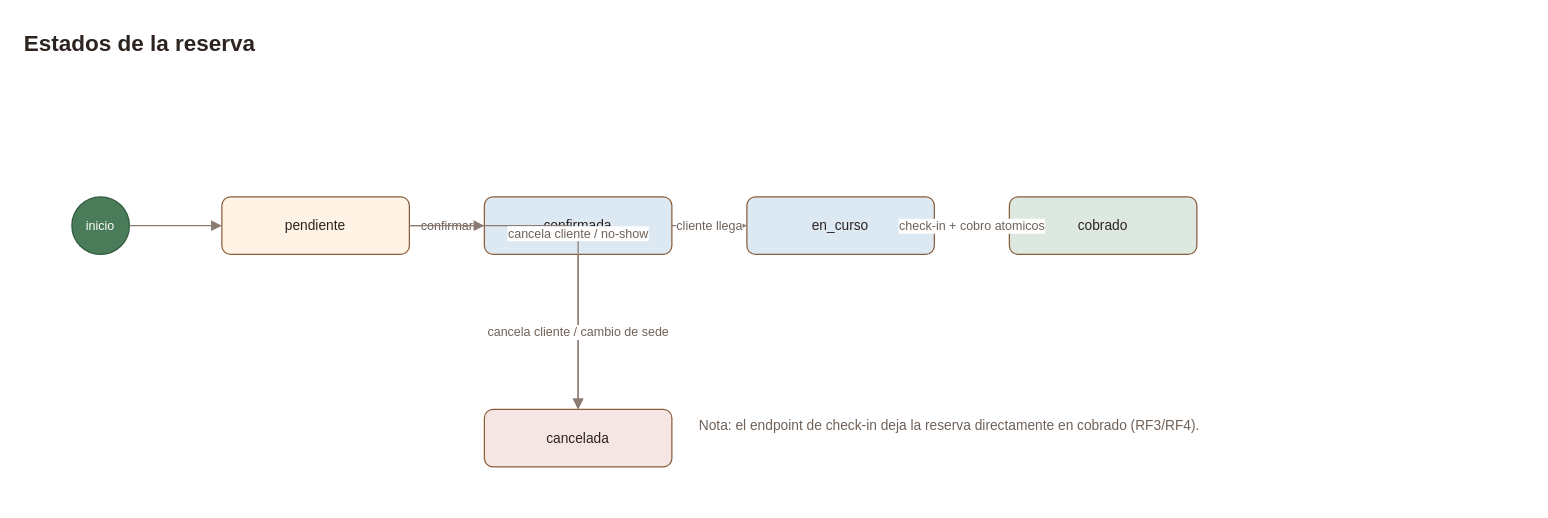
Before: page "Estados" (5 of 7) of docs/modelos-uml.drawio in Mapachuelo/sgp, a draw.io diagram. Source tidied: cells renumbered, new cells numbered last; positions are measured from the earlier drawing's top-left corner, leaving out a move shared by most shapes. Both pictures are drawn from the tidied source at 125%, with x=0, y=0 at pixel (21, 21).
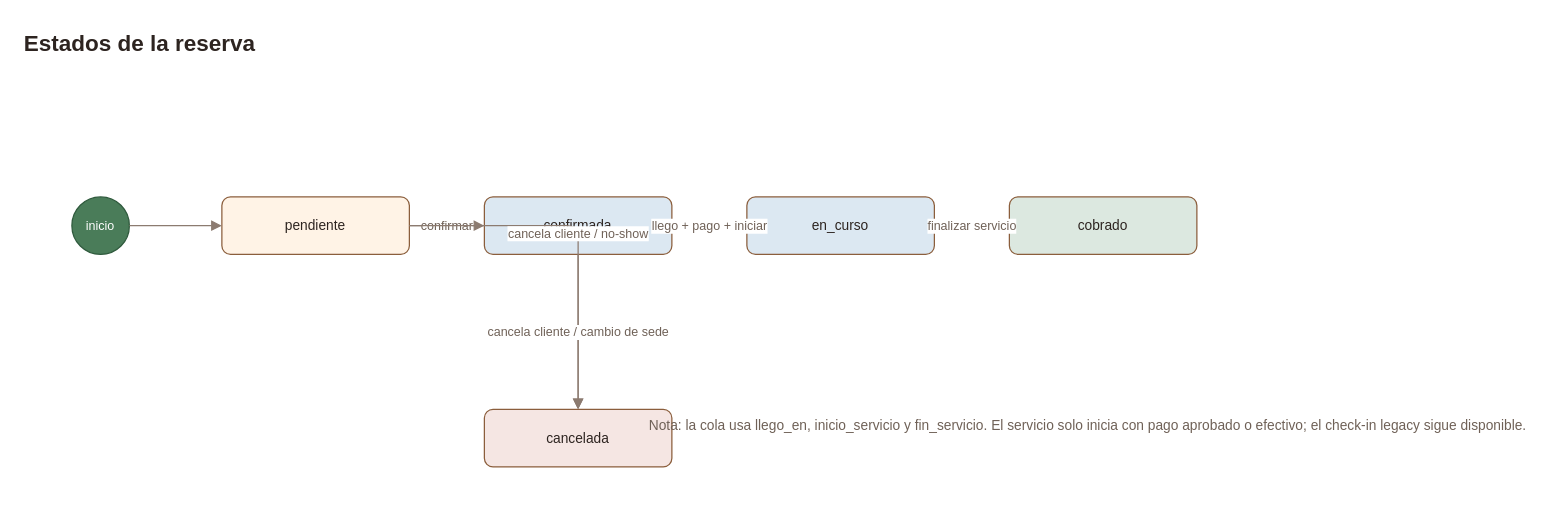
The same diagram, later.

What changed in the source:
```diff
@@
 <mxGraphModel>
   <root>
     <mxCell id="0" />
     <mxCell id="1" parent="0" />
     <mxCell id="2" value="Estados de la reserva" style="text;html=1;fontSize=18;fontStyle=1;align=left;verticalAlign=middle;fontColor=#2D2420;" parent="1" vertex="1">
       <mxGeometry width="460" height="36" as="geometry" />
     </mxCell>
     <mxCell id="3" value="inicio" style="ellipse;whiteSpace=wrap;html=1;fillColor=#4A7C59;strokeColor=#2F5A3D;fontColor=#FFFFFF;fontSize=10;" parent="1" vertex="1">
       <mxGeometry x="40" y="140" width="46" height="46" as="geometry" />
     </mxCell>
     <mxCell id="4" value="pendiente" style="rounded=1;whiteSpace=wrap;html=1;fillColor=#FFF3E6;strokeColor=#8B5E3C;fontColor=#2D2420;fontSize=11;" parent="1" vertex="1">
       <mxGeometry x="160" y="140" width="150" height="46" as="geometry" />
     </mxCell>
     <mxCell id="5" value="confirmada" style="rounded=1;whiteSpace=wrap;html=1;fillColor=#DCE8F2;strokeColor=#8B5E3C;fontColor=#2D2420;fontSize=11;" parent="1" vertex="1">
       <mxGeometry x="370" y="140" width="150" height="46" as="geometry" />
     </mxCell>
     <mxCell id="6" value="en_curso" style="rounded=1;whiteSpace=wrap;html=1;fillColor=#DCE8F2;strokeColor=#8B5E3C;fontColor=#2D2420;fontSize=11;" parent="1" vertex="1">
       <mxGeometry x="580" y="140" width="150" height="46" as="geometry" />
     </mxCell>
     <mxCell id="7" value="cobrado" style="rounded=1;whiteSpace=wrap;html=1;fillColor=#DCE8E0;strokeColor=#8B5E3C;fontColor=#2D2420;fontSize=11;" parent="1" vertex="1">
       <mxGeometry x="790" y="140" width="150" height="46" as="geometry" />
     </mxCell>
     <mxCell id="8" value="cancelada" style="rounded=1;whiteSpace=wrap;html=1;fillColor=#F5E6E3;strokeColor=#8B5E3C;fontColor=#2D2420;fontSize=11;" parent="1" vertex="1">
       <mxGeometry x="370" y="310" width="150" height="46" as="geometry" />
     </mxCell>
     <mxCell id="9" style="edgeStyle=orthogonalEdgeStyle;rounded=1;html=1;endArrow=block;strokeColor=#8C7B70;fontColor=#6F6157;fontSize=10;" parent="1" edge="1" source="3" target="4">
       <mxGeometry relative="1" as="geometry" />
     </mxCell>
     <mxCell id="10" value="confirmar" style="edgeStyle=orthogonalEdgeStyle;rounded=1;html=1;endArrow=block;strokeColor=#8C7B70;fontColor=#6F6157;fontSize=10;" parent="1" edge="1" source="4" target="5">
       <mxGeometry relative="1" as="geometry" />
     </mxCell>
-    <mxCell id="11" value="cliente llega" style="edgeStyle=orthogonalEdgeStyle;rounded=1;html=1;endArrow=block;strokeColor=#8C7B70;fontColor=#6F6157;fontSize=10;" parent="1" edge="1" source="5" target="6">
+    <mxCell id="11" value="llego + pago + iniciar" style="edgeStyle=orthogonalEdgeStyle;rounded=1;html=1;endArrow=block;strokeColor=#8C7B70;fontColor=#6F6157;fontSize=10;" parent="1" edge="1" source="5" target="6">
       <mxGeometry relative="1" as="geometry" />
     </mxCell>
     <mxCell id="12" value="cancela cliente / no-show" style="edgeStyle=orthogonalEdgeStyle;rounded=1;html=1;endArrow=block;strokeColor=#8C7B70;fontColor=#6F6157;fontSize=10;" parent="1" edge="1" source="4" target="8">
       <mxGeometry relative="1" as="geometry" />
     </mxCell>
     <mxCell id="13" value="cancela cliente / cambio de sede" style="edgeStyle=orthogonalEdgeStyle;rounded=1;html=1;endArrow=block;strokeColor=#8C7B70;fontColor=#6F6157;fontSize=10;" parent="1" edge="1" source="5" target="8">
       <mxGeometry relative="1" as="geometry" />
     </mxCell>
-    <mxCell id="14" value="check-in + cobro atomicos" style="edgeStyle=orthogonalEdgeStyle;rounded=1;html=1;endArrow=block;strokeColor=#8C7B70;fontColor=#6F6157;fontSize=10;" parent="1" edge="1" source="6" target="7">
+    <mxCell id="14" value="finalizar servicio" style="edgeStyle=orthogonalEdgeStyle;rounded=1;html=1;endArrow=block;strokeColor=#8C7B70;fontColor=#6F6157;fontSize=10;" parent="1" edge="1" source="6" target="7">
       <mxGeometry relative="1" as="geometry" />
     </mxCell>
-    <mxCell id="15" value="Nota: el endpoint de check-in deja la reserva directamente en cobrado (RF3/RF4)." style="text;html=1;fontSize=11;fontColor=#6F6157;" parent="1" vertex="1">
-      <mxGeometry x="540" y="310" width="440" height="60" as="geometry" />
+    <mxCell id="15" value="Nota: la cola usa llego_en, inicio_servicio y fin_servicio. El servicio solo inicia con pago aprobado o efectivo; el check-in legacy sigue disponible." style="text;html=1;fontSize=11;fontColor=#6F6157;" parent="1" vertex="1">
+      <mxGeometry x="500" y="310" width="500" height="70" as="geometry" />
     </mxCell>
   </root>
 </mxGraphModel>
```
